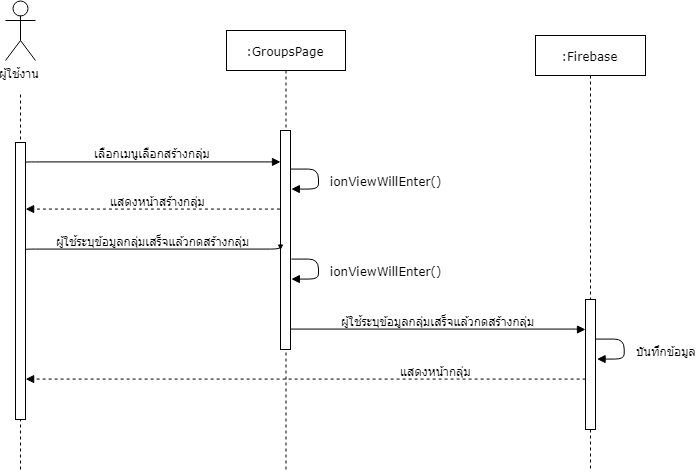
The draw.io diagram Document/Latex/Figures/3/Sequence/addgroup.png in Inwfour/Latex, before a commit. Source tidied: cells renumbered, new cells last; positions are measured from the earlier drawing's top-left corner, leaving out a move shared by most shapes. Source of this version:
```xml
<mxGraphModel>
  <root>
    <mxCell id="0" />
    <mxCell id="1" parent="0" />
    <mxCell id="2" style="endArrow=none;dashed=1;html=1;" parent="1" edge="1">
      <mxGeometry relative="1" as="geometry">
        <mxPoint x="15" y="469" as="sourcePoint" />
        <mxPoint x="15" y="92" as="targetPoint" />
      </mxGeometry>
    </mxCell>
    <mxCell id="3" value=":GroupsPage" style="shape=umlLifeline;perimeter=lifelinePerimeter;whiteSpace=wrap;html=1;rounded=0;shadow=0;comic=0;labelBackgroundColor=none;strokeColor=#000000;strokeWidth=1;fillColor=#FFFFFF;fontFamily=Verdana;fontSize=12;fontColor=#000000;align=center;" parent="1" vertex="1">
      <mxGeometry x="221" y="30" width="119" height="439" as="geometry" />
    </mxCell>
    <mxCell id="4" value="เลือกเมนูเลือกสร้างกลุ่ม" style="html=1;verticalAlign=bottom;endArrow=block;labelBackgroundColor=none;fontFamily=Verdana;fontSize=12;edgeStyle=elbowEdgeStyle;elbow=vertical;" parent="1" edge="1" target="11">
      <mxGeometry relative="1" as="geometry">
        <mxPoint x="20" y="161.9" as="sourcePoint" />
      </mxGeometry>
    </mxCell>
    <mxCell id="5" value="ผู้ใช้งาน" style="shape=umlActor;verticalLabelPosition=bottom;labelBackgroundColor=#ffffff;verticalAlign=top;html=1;rounded=0;" parent="1" vertex="1">
      <mxGeometry width="30" height="60" as="geometry" />
    </mxCell>
    <mxCell id="6" style="html=1;perimeter=orthogonalPerimeter;rounded=0;shadow=0;comic=0;labelBackgroundColor=none;strokeColor=#000000;strokeWidth=1;fillColor=#FFFFFF;fontFamily=Verdana;fontSize=12;fontColor=#000000;align=center;" parent="1" vertex="1">
      <mxGeometry x="10" y="142" width="10" height="277" as="geometry" />
    </mxCell>
    <mxCell id="7" value="แสดงหน้าสร้างกลุ่ม" style="html=1;verticalAlign=bottom;endArrow=block;labelBackgroundColor=none;fontFamily=Verdana;fontSize=12;edgeStyle=orthogonalEdgeStyle;elbow=vertical;exitX=0.973;exitY=0.551;exitDx=0;exitDy=0;exitPerimeter=0;dashed=1;" parent="1" edge="1">
      <mxGeometry x="-0.03" relative="1" as="geometry">
        <mxPoint x="275" y="209" as="sourcePoint" />
        <mxPoint x="20" y="209" as="targetPoint" />
        <Array as="points">
          <mxPoint x="195" y="209" />
          <mxPoint x="195" y="209" />
        </Array>
      </mxGeometry>
    </mxCell>
    <mxCell id="8" value=":Firebase" style="shape=umlLifeline;perimeter=lifelinePerimeter;whiteSpace=wrap;html=1;rounded=0;shadow=0;comic=0;labelBackgroundColor=none;strokeColor=#000000;strokeWidth=1;fillColor=#FFFFFF;fontFamily=Verdana;fontSize=12;fontColor=#000000;align=center;" parent="1" vertex="1">
      <mxGeometry x="530" y="35" width="110" height="434" as="geometry" />
    </mxCell>
    <mxCell id="9" style="html=1;perimeter=orthogonalPerimeter;rounded=0;shadow=0;comic=0;labelBackgroundColor=none;strokeColor=#000000;strokeWidth=1;fillColor=#FFFFFF;fontFamily=Verdana;fontSize=12;fontColor=#000000;align=center;" parent="8" vertex="1">
      <mxGeometry x="50" y="264" width="10" height="130" as="geometry" />
    </mxCell>
    <mxCell id="10" value="&lt;div&gt;&lt;span&gt;ionViewWillEnter()&lt;/span&gt;&lt;/div&gt;" style="html=1;verticalAlign=bottom;endArrow=block;labelBackgroundColor=none;fontFamily=Verdana;fontSize=12;edgeStyle=orthogonalEdgeStyle;elbow=vertical;exitX=1.183;exitY=0.2;exitDx=0;exitDy=0;exitPerimeter=0;" parent="1" edge="1">
      <mxGeometry x="0.28" y="-67" relative="1" as="geometry">
        <mxPoint x="285" y="169" as="sourcePoint" />
        <mxPoint x="286" y="189" as="targetPoint" />
        <Array as="points">
          <mxPoint x="313" y="169" />
          <mxPoint x="313" y="189" />
        </Array>
        <mxPoint x="67" y="67" as="offset" />
      </mxGeometry>
    </mxCell>
    <mxCell id="11" style="html=1;points=[];perimeter=orthogonalPerimeter;rounded=0;shadow=0;comic=0;labelBackgroundColor=none;strokeColor=#000000;strokeWidth=1;fillColor=#FFFFFF;fontFamily=Verdana;fontSize=12;fontColor=#000000;align=center;" parent="1" vertex="1">
      <mxGeometry x="275" y="130" width="10" height="219" as="geometry" />
    </mxCell>
    <mxCell id="12" value="&lt;div&gt;&lt;span&gt;บันทึกข้อมูล&lt;/span&gt;&lt;/div&gt;" style="html=1;verticalAlign=bottom;endArrow=block;labelBackgroundColor=none;fontFamily=Verdana;fontSize=12;edgeStyle=orthogonalEdgeStyle;elbow=vertical;exitX=1.183;exitY=0.2;exitDx=0;exitDy=0;exitPerimeter=0;" parent="1" edge="1">
      <mxGeometry x="0.29" y="-42" relative="1" as="geometry">
        <mxPoint x="589.7" y="339.2" as="sourcePoint" />
        <mxPoint x="591.3" y="359.2" as="targetPoint" />
        <Array as="points">
          <mxPoint x="618" y="339" />
          <mxPoint x="618" y="359" />
        </Array>
        <mxPoint x="42" y="42" as="offset" />
      </mxGeometry>
    </mxCell>
    <mxCell id="13" value="ผู้ใช้ระบุข้อมูลกลุ่มเสร็จแล้วกดสร้างกลุ่ม" style="html=1;verticalAlign=bottom;endArrow=block;labelBackgroundColor=none;fontFamily=Verdana;fontSize=12;edgeStyle=elbowEdgeStyle;elbow=vertical;" parent="1" edge="1">
      <mxGeometry relative="1" as="geometry">
        <mxPoint x="20" y="249.4" as="sourcePoint" />
        <mxPoint x="275" y="249.2" as="targetPoint" />
      </mxGeometry>
    </mxCell>
    <mxCell id="14" value="&lt;div&gt;&lt;span&gt;ionViewWillEnter()&lt;/span&gt;&lt;/div&gt;" style="html=1;verticalAlign=bottom;endArrow=block;labelBackgroundColor=none;fontFamily=Verdana;fontSize=12;edgeStyle=orthogonalEdgeStyle;elbow=vertical;exitX=1.183;exitY=0.2;exitDx=0;exitDy=0;exitPerimeter=0;" parent="1" edge="1">
      <mxGeometry x="0.28" y="-67" relative="1" as="geometry">
        <mxPoint x="285.3" y="259.2" as="sourcePoint" />
        <mxPoint x="286" y="279.2" as="targetPoint" />
        <Array as="points">
          <mxPoint x="313" y="259" />
          <mxPoint x="313" y="279" />
        </Array>
        <mxPoint x="67" y="67" as="offset" />
      </mxGeometry>
    </mxCell>
    <mxCell id="15" value="ผู้ใช้ระบุข้อมูลกลุ่มเสร็จแล้วกดสร้างกลุ่ม" style="html=1;verticalAlign=bottom;endArrow=block;labelBackgroundColor=none;fontFamily=Verdana;fontSize=12;edgeStyle=elbowEdgeStyle;elbow=vertical;" parent="1" edge="1" source="11">
      <mxGeometry relative="1" as="geometry">
        <mxPoint x="580" y="329" as="targetPoint" />
      </mxGeometry>
    </mxCell>
    <mxCell id="16" value="แสดงหน้ากลุ่ม" style="html=1;verticalAlign=bottom;endArrow=block;labelBackgroundColor=none;fontFamily=Verdana;fontSize=12;edgeStyle=orthogonalEdgeStyle;elbow=vertical;exitX=0.973;exitY=0.551;exitDx=0;exitDy=0;exitPerimeter=0;dashed=1;" parent="1" edge="1">
      <mxGeometry x="-0.46" relative="1" as="geometry">
        <mxPoint x="580.2" y="379.2" as="sourcePoint" />
        <mxPoint x="20" y="379" as="targetPoint" />
        <Array as="points">
          <mxPoint x="500.5" y="379" />
          <mxPoint x="500.5" y="379" />
        </Array>
      </mxGeometry>
    </mxCell>
  </root>
</mxGraphModel>
```
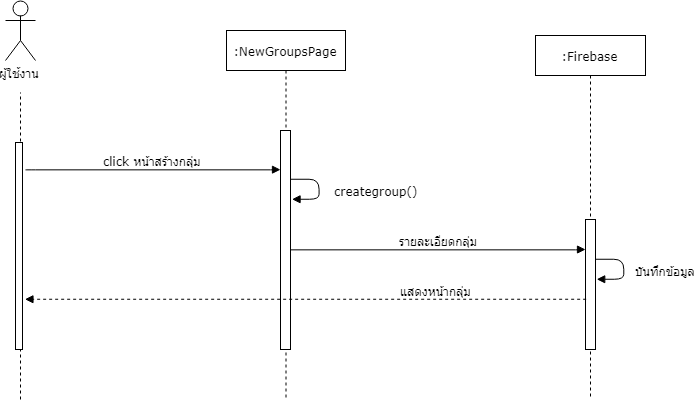
Later version of the same file.

What changed in the source:
```diff
@@ -4,94 +4,69 @@
     <mxCell id="1" parent="0" />
     <mxCell id="2" style="endArrow=none;dashed=1;html=1;" parent="1" edge="1">
       <mxGeometry relative="1" as="geometry">
-        <mxPoint x="15" y="469" as="sourcePoint" />
+        <mxPoint x="15" y="399" as="sourcePoint" />
         <mxPoint x="15" y="92" as="targetPoint" />
       </mxGeometry>
     </mxCell>
-    <mxCell id="3" value=":GroupsPage" style="shape=umlLifeline;perimeter=lifelinePerimeter;whiteSpace=wrap;html=1;rounded=0;shadow=0;comic=0;labelBackgroundColor=none;strokeColor=#000000;strokeWidth=1;fillColor=#FFFFFF;fontFamily=Verdana;fontSize=12;fontColor=#000000;align=center;" parent="1" vertex="1">
-      <mxGeometry x="221" y="30" width="119" height="439" as="geometry" />
+    <mxCell id="3" value=":NewGroupsPage" style="shape=umlLifeline;perimeter=lifelinePerimeter;whiteSpace=wrap;html=1;rounded=0;shadow=0;comic=0;labelBackgroundColor=none;strokeColor=#000000;strokeWidth=1;fillColor=#FFFFFF;fontFamily=Verdana;fontSize=12;fontColor=#000000;align=center;" parent="1" vertex="1">
+      <mxGeometry x="221" y="30" width="119" height="369" as="geometry" />
     </mxCell>
-    <mxCell id="4" value="เลือกเมนูเลือกสร้างกลุ่ม" style="html=1;verticalAlign=bottom;endArrow=block;labelBackgroundColor=none;fontFamily=Verdana;fontSize=12;edgeStyle=elbowEdgeStyle;elbow=vertical;" parent="1" edge="1" target="11">
-      <mxGeometry relative="1" as="geometry">
-        <mxPoint x="20" y="161.9" as="sourcePoint" />
-      </mxGeometry>
-    </mxCell>
     <mxCell id="5" value="ผู้ใช้งาน" style="shape=umlActor;verticalLabelPosition=bottom;labelBackgroundColor=#ffffff;verticalAlign=top;html=1;rounded=0;" parent="1" vertex="1">
       <mxGeometry width="30" height="60" as="geometry" />
     </mxCell>
     <mxCell id="6" style="html=1;perimeter=orthogonalPerimeter;rounded=0;shadow=0;comic=0;labelBackgroundColor=none;strokeColor=#000000;strokeWidth=1;fillColor=#FFFFFF;fontFamily=Verdana;fontSize=12;fontColor=#000000;align=center;" parent="1" vertex="1">
-      <mxGeometry x="10" y="142" width="10" height="277" as="geometry" />
+      <mxGeometry x="10" y="142" width="7" height="207" as="geometry" />
     </mxCell>
-    <mxCell id="7" value="แสดงหน้าสร้างกลุ่ม" style="html=1;verticalAlign=bottom;endArrow=block;labelBackgroundColor=none;fontFamily=Verdana;fontSize=12;edgeStyle=orthogonalEdgeStyle;elbow=vertical;exitX=0.973;exitY=0.551;exitDx=0;exitDy=0;exitPerimeter=0;dashed=1;" parent="1" edge="1">
-      <mxGeometry x="-0.03" relative="1" as="geometry">
-        <mxPoint x="275" y="209" as="sourcePoint" />
-        <mxPoint x="20" y="209" as="targetPoint" />
-        <Array as="points">
-          <mxPoint x="195" y="209" />
-          <mxPoint x="195" y="209" />
-        </Array>
-      </mxGeometry>
-    </mxCell>
     <mxCell id="8" value=":Firebase" style="shape=umlLifeline;perimeter=lifelinePerimeter;whiteSpace=wrap;html=1;rounded=0;shadow=0;comic=0;labelBackgroundColor=none;strokeColor=#000000;strokeWidth=1;fillColor=#FFFFFF;fontFamily=Verdana;fontSize=12;fontColor=#000000;align=center;" parent="1" vertex="1">
-      <mxGeometry x="530" y="35" width="110" height="434" as="geometry" />
+      <mxGeometry x="530" y="35" width="110" height="364" as="geometry" />
     </mxCell>
     <mxCell id="9" style="html=1;perimeter=orthogonalPerimeter;rounded=0;shadow=0;comic=0;labelBackgroundColor=none;strokeColor=#000000;strokeWidth=1;fillColor=#FFFFFF;fontFamily=Verdana;fontSize=12;fontColor=#000000;align=center;" parent="8" vertex="1">
-      <mxGeometry x="50" y="264" width="10" height="130" as="geometry" />
+      <mxGeometry x="50" y="184" width="10" height="130" as="geometry" />
     </mxCell>
-    <mxCell id="10" value="&lt;div&gt;&lt;span&gt;ionViewWillEnter()&lt;/span&gt;&lt;/div&gt;" style="html=1;verticalAlign=bottom;endArrow=block;labelBackgroundColor=none;fontFamily=Verdana;fontSize=12;edgeStyle=orthogonalEdgeStyle;elbow=vertical;exitX=1.183;exitY=0.2;exitDx=0;exitDy=0;exitPerimeter=0;" parent="1" edge="1">
-      <mxGeometry x="0.28" y="-67" relative="1" as="geometry">
-        <mxPoint x="285" y="169" as="sourcePoint" />
-        <mxPoint x="286" y="189" as="targetPoint" />
-        <Array as="points">
-          <mxPoint x="313" y="169" />
-          <mxPoint x="313" y="189" />
-        </Array>
-        <mxPoint x="67" y="67" as="offset" />
-      </mxGeometry>
-    </mxCell>
     <mxCell id="11" style="html=1;points=[];perimeter=orthogonalPerimeter;rounded=0;shadow=0;comic=0;labelBackgroundColor=none;strokeColor=#000000;strokeWidth=1;fillColor=#FFFFFF;fontFamily=Verdana;fontSize=12;fontColor=#000000;align=center;" parent="1" vertex="1">
       <mxGeometry x="275" y="130" width="10" height="219" as="geometry" />
     </mxCell>
     <mxCell id="12" value="&lt;div&gt;&lt;span&gt;บันทึกข้อมูล&lt;/span&gt;&lt;/div&gt;" style="html=1;verticalAlign=bottom;endArrow=block;labelBackgroundColor=none;fontFamily=Verdana;fontSize=12;edgeStyle=orthogonalEdgeStyle;elbow=vertical;exitX=1.183;exitY=0.2;exitDx=0;exitDy=0;exitPerimeter=0;" parent="1" edge="1">
       <mxGeometry x="0.29" y="-42" relative="1" as="geometry">
-        <mxPoint x="589.7" y="339.2" as="sourcePoint" />
-        <mxPoint x="591.3" y="359.2" as="targetPoint" />
+        <mxPoint x="589.7" y="259.2" as="sourcePoint" />
+        <mxPoint x="591.3" y="279.2" as="targetPoint" />
         <Array as="points">
-          <mxPoint x="618" y="339" />
-          <mxPoint x="618" y="359" />
+          <mxPoint x="618" y="259" />
+          <mxPoint x="618" y="279" />
         </Array>
         <mxPoint x="42" y="42" as="offset" />
       </mxGeometry>
     </mxCell>
-    <mxCell id="13" value="ผู้ใช้ระบุข้อมูลกลุ่มเสร็จแล้วกดสร้างกลุ่ม" style="html=1;verticalAlign=bottom;endArrow=block;labelBackgroundColor=none;fontFamily=Verdana;fontSize=12;edgeStyle=elbowEdgeStyle;elbow=vertical;" parent="1" edge="1">
+    <mxCell id="13" value="click หน้าสร้างกลุ่ม" style="html=1;verticalAlign=bottom;endArrow=block;labelBackgroundColor=none;fontFamily=Verdana;fontSize=12;edgeStyle=elbowEdgeStyle;elbow=vertical;" parent="1" edge="1">
       <mxGeometry relative="1" as="geometry">
-        <mxPoint x="20" y="249.4" as="sourcePoint" />
-        <mxPoint x="275" y="249.2" as="targetPoint" />
+        <mxPoint x="20" y="169.4" as="sourcePoint" />
+        <mxPoint x="275" y="169.2" as="targetPoint" />
       </mxGeometry>
     </mxCell>
-    <mxCell id="14" value="&lt;div&gt;&lt;span&gt;ionViewWillEnter()&lt;/span&gt;&lt;/div&gt;" style="html=1;verticalAlign=bottom;endArrow=block;labelBackgroundColor=none;fontFamily=Verdana;fontSize=12;edgeStyle=orthogonalEdgeStyle;elbow=vertical;exitX=1.183;exitY=0.2;exitDx=0;exitDy=0;exitPerimeter=0;" parent="1" edge="1">
-      <mxGeometry x="0.28" y="-67" relative="1" as="geometry">
-        <mxPoint x="285.3" y="259.2" as="sourcePoint" />
-        <mxPoint x="286" y="279.2" as="targetPoint" />
+    <mxCell id="14" value="&lt;div&gt;&lt;span&gt;creategroup&lt;/span&gt;&lt;span&gt;()&lt;/span&gt;&lt;/div&gt;" style="html=1;verticalAlign=bottom;endArrow=block;labelBackgroundColor=none;fontFamily=Verdana;fontSize=12;edgeStyle=orthogonalEdgeStyle;elbow=vertical;exitX=1.183;exitY=0.2;exitDx=0;exitDy=0;exitPerimeter=0;" parent="1" edge="1">
+      <mxGeometry x="0.28" y="-57" relative="1" as="geometry">
+        <mxPoint x="285.3" y="179.2" as="sourcePoint" />
+        <mxPoint x="286" y="199.2" as="targetPoint" />
         <Array as="points">
-          <mxPoint x="313" y="259" />
-          <mxPoint x="313" y="279" />
+          <mxPoint x="313" y="179" />
+          <mxPoint x="313" y="199" />
         </Array>
-        <mxPoint x="67" y="67" as="offset" />
+        <mxPoint x="57" y="57" as="offset" />
       </mxGeometry>
     </mxCell>
-    <mxCell id="15" value="ผู้ใช้ระบุข้อมูลกลุ่มเสร็จแล้วกดสร้างกลุ่ม" style="html=1;verticalAlign=bottom;endArrow=block;labelBackgroundColor=none;fontFamily=Verdana;fontSize=12;edgeStyle=elbowEdgeStyle;elbow=vertical;" parent="1" edge="1" source="11">
+    <mxCell id="15" value="รายละเอียดกลุ่ม" style="html=1;verticalAlign=bottom;endArrow=block;labelBackgroundColor=none;fontFamily=Verdana;fontSize=12;edgeStyle=elbowEdgeStyle;elbow=vertical;" parent="1" edge="1">
       <mxGeometry relative="1" as="geometry">
-        <mxPoint x="580" y="329" as="targetPoint" />
+        <mxPoint x="285" y="249.4" as="sourcePoint" />
+        <mxPoint x="580" y="249" as="targetPoint" />
       </mxGeometry>
     </mxCell>
     <mxCell id="16" value="แสดงหน้ากลุ่ม" style="html=1;verticalAlign=bottom;endArrow=block;labelBackgroundColor=none;fontFamily=Verdana;fontSize=12;edgeStyle=orthogonalEdgeStyle;elbow=vertical;exitX=0.973;exitY=0.551;exitDx=0;exitDy=0;exitPerimeter=0;dashed=1;" parent="1" edge="1">
       <mxGeometry x="-0.46" relative="1" as="geometry">
-        <mxPoint x="580.2" y="379.2" as="sourcePoint" />
-        <mxPoint x="20" y="379" as="targetPoint" />
+        <mxPoint x="580.2" y="299.2" as="sourcePoint" />
+        <mxPoint x="20" y="299" as="targetPoint" />
         <Array as="points">
-          <mxPoint x="500.5" y="379" />
-          <mxPoint x="500.5" y="379" />
+          <mxPoint x="500.5" y="299" />
+          <mxPoint x="500.5" y="299" />
         </Array>
       </mxGeometry>
     </mxCell>
```
